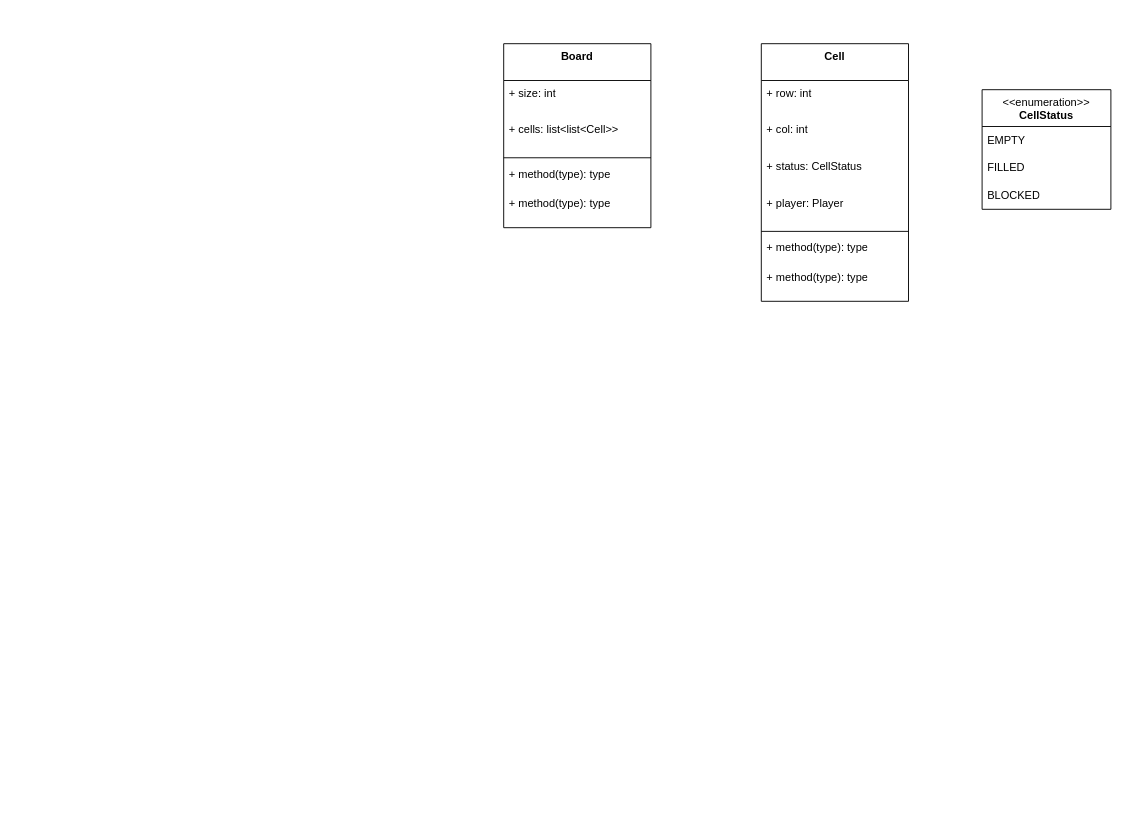
mr-shubhamsinghal/TicTacToe keeps this draw.io diagram as TicTacToe.drawio. Above is the earlier version. Source tidied: cells renumbered, new cells numbered last; positions are measured from the earlier drawing's top-left corner, leaving out a move shared by most shapes. Both pictures are drawn from the tidied source at 92%, with x=0, y=0 at pixel (503, 43).
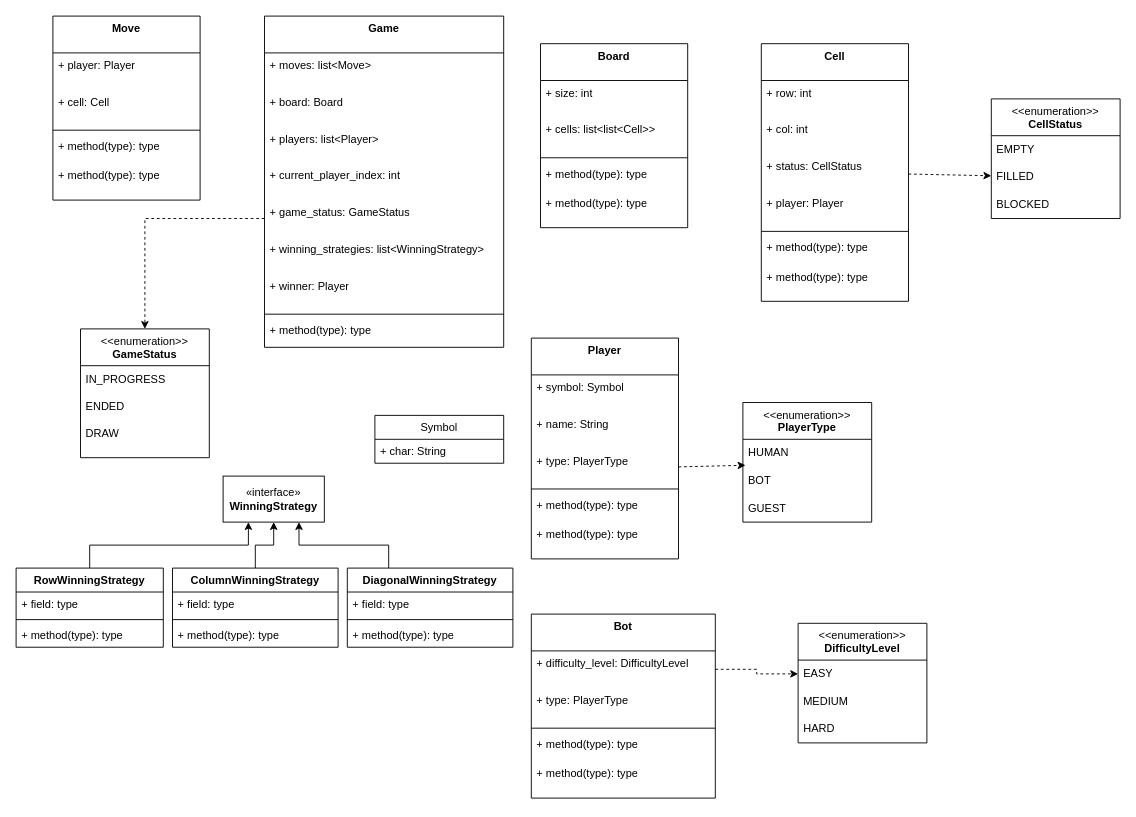
The same diagram, later.

Unchanged cells that the change refers to:
```xml
<mxCell id="11" value="+ status: CellStatus" style="text;strokeColor=none;fillColor=none;align=left;verticalAlign=top;spacingLeft=4;spacingRight=4;overflow=hidden;points=[[0,0.5],[1,0.5]];portConstraint=eastwest;whiteSpace=wrap;html=1;" parent="8" vertex="1">
  <mxGeometry y="120" width="160" height="40" as="geometry" />
</mxCell>
<mxCell id="18" value="FILLED" style="text;html=1;strokeColor=none;fillColor=none;align=left;verticalAlign=middle;spacingLeft=4;spacingRight=4;overflow=hidden;points=[[0,0.5],[1,0.5]];portConstraint=eastwest;whiteSpace=wrap;" parent="16" vertex="1">
  <mxGeometry y="70" width="140" height="30" as="geometry" />
</mxCell>
```

Diff of the diagram source:
```diff
@@
     <mxCell id="2" value="Board" style="swimlane;fontStyle=1;align=center;verticalAlign=top;horizontal=1;startSize=40;whiteSpace=wrap;html=1;" parent="1" vertex="1">
-      <mxGeometry width="160" height="200" as="geometry" />
+      <mxGeometry x="40" width="160" height="200" as="geometry" />
     </mxCell>
@@
     <mxCell id="16" value="&amp;lt;&amp;lt;enumeration&amp;gt;&amp;gt;&lt;br&gt;&lt;b&gt;CellStatus&lt;/b&gt;" style="swimlane;fontStyle=0;align=center;verticalAlign=top;horizontal=1;startSize=40;html=1;whiteSpace=wrap;" parent="1" vertex="1">
-      <mxGeometry x="520" y="50" width="140" height="130" as="geometry" />
+      <mxGeometry x="530" y="60" width="140" height="130" as="geometry" />
     </mxCell>
@@
+    <mxCell id="20" style="edgeStyle=none;jettySize=auto;html=1;rounded=0;dashed=1;" parent="1" edge="1" source="11" target="18">
+      <mxGeometry relative="1" as="geometry" />
+    </mxCell>
+    <mxCell id="21" value="Player" style="swimlane;fontStyle=1;align=center;verticalAlign=top;horizontal=1;startSize=40;whiteSpace=wrap;html=1;" parent="1" vertex="1">
+      <mxGeometry x="30" y="320" width="160" height="240" as="geometry" />
+    </mxCell>
+    <mxCell id="22" value="+ symbol: Symbol" style="text;strokeColor=none;fillColor=none;align=left;verticalAlign=top;spacingLeft=4;spacingRight=4;overflow=hidden;whiteSpace=wrap;html=1;" parent="21" vertex="1">
+      <mxGeometry y="40" width="160" height="40" as="geometry" />
+    </mxCell>
+    <mxCell id="23" value="+ name: String" style="text;strokeColor=none;fillColor=none;align=left;verticalAlign=top;spacingLeft=4;spacingRight=4;overflow=hidden;whiteSpace=wrap;html=1;" parent="21" vertex="1">
+      <mxGeometry y="80" width="160" height="40" as="geometry" />
+    </mxCell>
+    <mxCell id="24" value="+ type: PlayerType" style="text;strokeColor=none;fillColor=none;align=left;verticalAlign=top;spacingLeft=4;spacingRight=4;overflow=hidden;points=[[0,0.5],[1,0.5]];portConstraint=eastwest;whiteSpace=wrap;html=1;" parent="21" vertex="1">
+      <mxGeometry y="120" width="160" height="40" as="geometry" />
+    </mxCell>
+    <mxCell id="25" style="line;strokeWidth=1;fillColor=none;align=left;verticalAlign=middle;spacingTop=-1;spacingLeft=3;spacingRight=3;labelPosition=right;strokeColor=inherit;" parent="21" vertex="1">
+      <mxGeometry y="160" width="160" height="8" as="geometry" />
+    </mxCell>
+    <mxCell id="26" value="+ method(type): type" style="text;strokeColor=none;fillColor=none;align=left;verticalAlign=top;spacingLeft=4;spacingRight=4;overflow=hidden;whiteSpace=wrap;html=1;" parent="21" vertex="1">
+      <mxGeometry y="168" width="160" height="32" as="geometry" />
+    </mxCell>
+    <mxCell id="27" value="+ method(type): type" style="text;strokeColor=none;fillColor=none;align=left;verticalAlign=top;spacingLeft=4;spacingRight=4;overflow=hidden;whiteSpace=wrap;html=1;" parent="21" vertex="1">
+      <mxGeometry y="200" width="160" height="40" as="geometry" />
+    </mxCell>
+    <mxCell id="28" value="&amp;lt;&amp;lt;enumeration&amp;gt;&amp;gt;&lt;br&gt;&lt;b&gt;PlayerType&lt;/b&gt;" style="swimlane;fontStyle=0;align=center;verticalAlign=top;horizontal=1;startSize=40;html=1;whiteSpace=wrap;" parent="1" vertex="1">
+      <mxGeometry x="260" y="390" width="140" height="130" as="geometry" />
+    </mxCell>
+    <mxCell id="29" value="HUMAN" style="text;html=1;strokeColor=none;fillColor=none;align=left;verticalAlign=middle;spacingLeft=4;spacingRight=4;overflow=hidden;whiteSpace=wrap;" parent="28" vertex="1">
+      <mxGeometry y="40" width="140" height="30" as="geometry" />
+    </mxCell>
+    <mxCell id="30" value="BOT" style="text;html=1;strokeColor=none;fillColor=none;align=left;verticalAlign=middle;spacingLeft=4;spacingRight=4;overflow=hidden;points=[[0,0.5],[1,0.5]];portConstraint=eastwest;whiteSpace=wrap;" parent="28" vertex="1">
+      <mxGeometry y="70" width="140" height="30" as="geometry" />
+    </mxCell>
+    <mxCell id="31" value="GUEST" style="text;html=1;strokeColor=none;fillColor=none;align=left;verticalAlign=middle;spacingLeft=4;spacingRight=4;overflow=hidden;whiteSpace=wrap;" parent="28" vertex="1">
+      <mxGeometry y="100" width="140" height="30" as="geometry" />
+    </mxCell>
+    <mxCell id="32" style="edgeStyle=none;jettySize=auto;html=1;rounded=0;dashed=1;exitX=1;exitY=0.5;exitDx=0;exitDy=0;entryX=0.02;entryY=-0.06;entryDx=0;entryDy=0;entryPerimeter=0;" parent="1" edge="1" source="24" target="30">
+      <mxGeometry relative="1" as="geometry" />
+    </mxCell>
+    <mxCell id="33" value="Bot" style="swimlane;fontStyle=1;align=center;verticalAlign=top;horizontal=1;startSize=40;whiteSpace=wrap;html=1;" parent="1" vertex="1">
+      <mxGeometry x="30" y="620" width="200" height="200" as="geometry" />
+    </mxCell>
+    <mxCell id="34" value="+ difficulty_level: DifficultyLevel" style="text;strokeColor=none;fillColor=none;align=left;verticalAlign=top;spacingLeft=4;spacingRight=4;overflow=hidden;points=[[0,0.5],[1,0.5]];portConstraint=eastwest;whiteSpace=wrap;html=1;" parent="33" vertex="1">
+      <mxGeometry y="40" width="200" height="40" as="geometry" />
+    </mxCell>
+    <mxCell id="35" value="+ type: PlayerType" style="text;strokeColor=none;fillColor=none;align=left;verticalAlign=top;spacingLeft=4;spacingRight=4;overflow=hidden;whiteSpace=wrap;html=1;" parent="33" vertex="1">
+      <mxGeometry y="80" width="200" height="40" as="geometry" />
+    </mxCell>
+    <mxCell id="36" style="line;strokeWidth=1;fillColor=none;align=left;verticalAlign=middle;spacingTop=-1;spacingLeft=3;spacingRight=3;labelPosition=right;strokeColor=inherit;" parent="33" vertex="1">
+      <mxGeometry y="120" width="200" height="8" as="geometry" />
+    </mxCell>
+    <mxCell id="37" value="+ method(type): type" style="text;strokeColor=none;fillColor=none;align=left;verticalAlign=top;spacingLeft=4;spacingRight=4;overflow=hidden;whiteSpace=wrap;html=1;" parent="33" vertex="1">
+      <mxGeometry y="128" width="200" height="32" as="geometry" />
+    </mxCell>
+    <mxCell id="38" value="+ method(type): type" style="text;strokeColor=none;fillColor=none;align=left;verticalAlign=top;spacingLeft=4;spacingRight=4;overflow=hidden;whiteSpace=wrap;html=1;" parent="33" vertex="1">
+      <mxGeometry y="160" width="200" height="40" as="geometry" />
+    </mxCell>
+    <mxCell id="39" value="&amp;lt;&amp;lt;enumeration&amp;gt;&amp;gt;&lt;br&gt;&lt;b&gt;DifficultyLevel&lt;/b&gt;" style="swimlane;fontStyle=0;align=center;verticalAlign=top;horizontal=1;startSize=40;html=1;whiteSpace=wrap;" parent="1" vertex="1">
+      <mxGeometry x="320" y="630" width="140" height="130" as="geometry" />
+    </mxCell>
+    <mxCell id="40" value="EASY" style="text;html=1;strokeColor=none;fillColor=none;align=left;verticalAlign=middle;spacingLeft=4;spacingRight=4;overflow=hidden;points=[[0,0.5],[1,0.5]];portConstraint=eastwest;whiteSpace=wrap;" parent="39" vertex="1">
+      <mxGeometry y="40" width="140" height="30" as="geometry" />
+    </mxCell>
+    <mxCell id="41" value="MEDIUM" style="text;html=1;strokeColor=none;fillColor=none;align=left;verticalAlign=middle;spacingLeft=4;spacingRight=4;overflow=hidden;whiteSpace=wrap;" parent="39" vertex="1">
+      <mxGeometry y="70" width="140" height="30" as="geometry" />
+    </mxCell>
+    <mxCell id="42" value="HARD" style="text;html=1;strokeColor=none;fillColor=none;align=left;verticalAlign=middle;spacingLeft=4;spacingRight=4;overflow=hidden;whiteSpace=wrap;" parent="39" vertex="1">
+      <mxGeometry y="100" width="140" height="30" as="geometry" />
+    </mxCell>
+    <mxCell id="43" style="edgeStyle=orthogonalEdgeStyle;rounded=0;jettySize=auto;html=1;exitX=1;exitY=0.5;exitDx=0;exitDy=0;entryX=0;entryY=0.5;entryDx=0;entryDy=0;dashed=1;" parent="1" edge="1" source="34" target="40">
+      <mxGeometry relative="1" as="geometry" />
+    </mxCell>
+    <mxCell id="44" value="Symbol" style="swimlane;fontStyle=0;horizontal=1;startSize=26;fillColor=none;whiteSpace=wrap;html=1;" parent="1" vertex="1">
+      <mxGeometry x="-140" y="404" width="140" height="52" as="geometry" />
+    </mxCell>
+    <mxCell id="45" value="+ char: String" style="text;strokeColor=none;fillColor=none;align=left;verticalAlign=top;spacingLeft=4;spacingRight=4;overflow=hidden;whiteSpace=wrap;html=1;" parent="44" vertex="1">
+      <mxGeometry y="26" width="140" height="26" as="geometry" />
+    </mxCell>
+    <mxCell id="46" value="Game" style="swimlane;fontStyle=1;align=center;verticalAlign=top;horizontal=1;startSize=40;whiteSpace=wrap;html=1;" parent="1" vertex="1">
+      <mxGeometry x="-260" y="-30" width="260" height="360" as="geometry" />
+    </mxCell>
+    <mxCell id="47" value="+ moves: list&amp;lt;Move&amp;gt;" style="text;strokeColor=none;fillColor=none;align=left;verticalAlign=top;spacingLeft=4;spacingRight=4;overflow=hidden;whiteSpace=wrap;html=1;" parent="46" vertex="1">
+      <mxGeometry y="40" width="260" height="40" as="geometry" />
+    </mxCell>
+    <mxCell id="48" value="+ board: Board" style="text;strokeColor=none;fillColor=none;align=left;verticalAlign=top;spacingLeft=4;spacingRight=4;overflow=hidden;whiteSpace=wrap;html=1;" parent="46" vertex="1">
+      <mxGeometry y="80" width="260" height="40" as="geometry" />
+    </mxCell>
+    <mxCell id="49" value="+ players: list&amp;lt;Player&amp;gt;" style="text;strokeColor=none;fillColor=none;align=left;verticalAlign=top;spacingLeft=4;spacingRight=4;overflow=hidden;whiteSpace=wrap;html=1;" parent="46" vertex="1">
+      <mxGeometry y="120" width="260" height="40" as="geometry" />
+    </mxCell>
+    <mxCell id="50" value="+ current_player_index: int" style="text;strokeColor=none;fillColor=none;align=left;verticalAlign=top;spacingLeft=4;spacingRight=4;overflow=hidden;whiteSpace=wrap;html=1;" parent="46" vertex="1">
+      <mxGeometry y="160" width="260" height="40" as="geometry" />
+    </mxCell>
+    <mxCell id="51" value="+ game_status: GameStatus" style="text;strokeColor=none;fillColor=none;align=left;verticalAlign=top;spacingLeft=4;spacingRight=4;overflow=hidden;points=[[0,0.5],[1,0.5]];portConstraint=eastwest;whiteSpace=wrap;html=1;" parent="46" vertex="1">
+      <mxGeometry y="200" width="260" height="40" as="geometry" />
+    </mxCell>
+    <mxCell id="52" value="+ winning_strategies: list&amp;lt;WinningStrategy&amp;gt;" style="text;strokeColor=none;fillColor=none;align=left;verticalAlign=top;spacingLeft=4;spacingRight=4;overflow=hidden;whiteSpace=wrap;html=1;" parent="46" vertex="1">
+      <mxGeometry y="240" width="260" height="40" as="geometry" />
+    </mxCell>
+    <mxCell id="53" value="+ winner: Player" style="text;strokeColor=none;fillColor=none;align=left;verticalAlign=top;spacingLeft=4;spacingRight=4;overflow=hidden;whiteSpace=wrap;html=1;" parent="46" vertex="1">
+      <mxGeometry y="280" width="260" height="40" as="geometry" />
+    </mxCell>
+    <mxCell id="54" style="line;strokeWidth=1;fillColor=none;align=left;verticalAlign=middle;spacingTop=-1;spacingLeft=3;spacingRight=3;labelPosition=right;strokeColor=inherit;" parent="46" vertex="1">
+      <mxGeometry y="320" width="260" height="8" as="geometry" />
+    </mxCell>
+    <mxCell id="55" value="+ method(type): type" style="text;strokeColor=none;fillColor=none;align=left;verticalAlign=top;spacingLeft=4;spacingRight=4;overflow=hidden;whiteSpace=wrap;html=1;" parent="46" vertex="1">
+      <mxGeometry y="328" width="260" height="32" as="geometry" />
+    </mxCell>
+    <mxCell id="56" value="Move" style="swimlane;fontStyle=1;align=center;verticalAlign=top;horizontal=1;startSize=40;whiteSpace=wrap;html=1;" parent="1" vertex="1">
+      <mxGeometry x="-490" y="-30" width="160" height="200" as="geometry" />
+    </mxCell>
+    <mxCell id="57" value="+ player: Player" style="text;strokeColor=none;fillColor=none;align=left;verticalAlign=top;spacingLeft=4;spacingRight=4;overflow=hidden;whiteSpace=wrap;html=1;" parent="56" vertex="1">
+      <mxGeometry y="40" width="160" height="40" as="geometry" />
+    </mxCell>
+    <mxCell id="58" value="+ cell: Cell" style="text;strokeColor=none;fillColor=none;align=left;verticalAlign=top;spacingLeft=4;spacingRight=4;overflow=hidden;whiteSpace=wrap;html=1;" parent="56" vertex="1">
+      <mxGeometry y="80" width="160" height="40" as="geometry" />
+    </mxCell>
+    <mxCell id="59" style="line;strokeWidth=1;fillColor=none;align=left;verticalAlign=middle;spacingTop=-1;spacingLeft=3;spacingRight=3;labelPosition=right;strokeColor=inherit;" parent="56" vertex="1">
+      <mxGeometry y="120" width="160" height="8" as="geometry" />
+    </mxCell>
+    <mxCell id="60" value="+ method(type): type" style="text;strokeColor=none;fillColor=none;align=left;verticalAlign=top;spacingLeft=4;spacingRight=4;overflow=hidden;whiteSpace=wrap;html=1;" parent="56" vertex="1">
+      <mxGeometry y="128" width="160" height="32" as="geometry" />
+    </mxCell>
+    <mxCell id="61" value="+ method(type): type" style="text;strokeColor=none;fillColor=none;align=left;verticalAlign=top;spacingLeft=4;spacingRight=4;overflow=hidden;whiteSpace=wrap;html=1;" parent="56" vertex="1">
+      <mxGeometry y="160" width="160" height="40" as="geometry" />
+    </mxCell>
+    <mxCell id="62" value="&amp;lt;&amp;lt;enumeration&amp;gt;&amp;gt;&lt;br&gt;&lt;b&gt;GameStatus&lt;/b&gt;" style="swimlane;fontStyle=0;align=center;verticalAlign=top;horizontal=1;startSize=40;html=1;whiteSpace=wrap;" parent="1" vertex="1">
+      <mxGeometry x="-460" y="310" width="140" height="140" as="geometry" />
+    </mxCell>
+    <mxCell id="63" value="IN_PROGRESS" style="text;html=1;strokeColor=none;fillColor=none;align=left;verticalAlign=middle;spacingLeft=4;spacingRight=4;overflow=hidden;whiteSpace=wrap;" parent="62" vertex="1">
+      <mxGeometry y="40" width="140" height="30" as="geometry" />
+    </mxCell>
+    <mxCell id="64" value="ENDED" style="text;html=1;strokeColor=none;fillColor=none;align=left;verticalAlign=middle;spacingLeft=4;spacingRight=4;overflow=hidden;whiteSpace=wrap;" parent="62" vertex="1">
+      <mxGeometry y="70" width="140" height="30" as="geometry" />
+    </mxCell>
+    <mxCell id="65" value="DRAW" style="text;strokeColor=none;fillColor=none;align=left;verticalAlign=top;spacingLeft=4;spacingRight=4;overflow=hidden;whiteSpace=wrap;html=1;" parent="62" vertex="1">
+      <mxGeometry y="100" width="140" height="40" as="geometry" />
+    </mxCell>
+    <mxCell id="66" value="«interface»&lt;br&gt;&lt;b&gt;WinningStrategy&lt;/b&gt;" style="html=1;whiteSpace=wrap;" parent="1" vertex="1">
+      <mxGeometry x="-305" y="470" width="110" height="50" as="geometry" />
+    </mxCell>
+    <mxCell id="67" style="edgeStyle=orthogonalEdgeStyle;rounded=0;jettySize=auto;html=1;exitX=0.5;exitY=0;exitDx=0;exitDy=0;entryX=0.25;entryY=1;entryDx=0;entryDy=0;" parent="1" edge="1" source="68" target="66">
+      <mxGeometry relative="1" as="geometry" />
+    </mxCell>
+    <mxCell id="68" value="RowWinningStrategy" style="swimlane;fontStyle=1;align=center;verticalAlign=top;horizontal=1;startSize=26;whiteSpace=wrap;html=1;" parent="1" vertex="1">
+      <mxGeometry x="-530" y="570" width="160" height="86" as="geometry" />
+    </mxCell>
+    <mxCell id="69" value="+ field: type" style="text;strokeColor=none;fillColor=none;align=left;verticalAlign=top;spacingLeft=4;spacingRight=4;overflow=hidden;whiteSpace=wrap;html=1;" parent="68" vertex="1">
+      <mxGeometry y="26" width="160" height="26" as="geometry" />
+    </mxCell>
+    <mxCell id="70" style="line;strokeWidth=1;fillColor=none;align=left;verticalAlign=middle;spacingTop=-1;spacingLeft=3;spacingRight=3;labelPosition=right;strokeColor=inherit;" parent="68" vertex="1">
+      <mxGeometry y="52" width="160" height="8" as="geometry" />
+    </mxCell>
+    <mxCell id="71" value="+ method(type): type" style="text;strokeColor=none;fillColor=none;align=left;verticalAlign=top;spacingLeft=4;spacingRight=4;overflow=hidden;whiteSpace=wrap;html=1;" parent="68" vertex="1">
+      <mxGeometry y="60" width="160" height="26" as="geometry" />
+    </mxCell>
+    <mxCell id="72" style="edgeStyle=orthogonalEdgeStyle;rounded=0;jettySize=auto;html=1;exitX=0.5;exitY=0;exitDx=0;exitDy=0;entryX=0.5;entryY=1;entryDx=0;entryDy=0;" parent="1" edge="1" source="73" target="66">
+      <mxGeometry relative="1" as="geometry" />
+    </mxCell>
+    <mxCell id="73" value="ColumnWinningStrategy" style="swimlane;fontStyle=1;align=center;verticalAlign=top;horizontal=1;startSize=26;whiteSpace=wrap;html=1;" parent="1" vertex="1">
+      <mxGeometry x="-360" y="570" width="180" height="86" as="geometry" />
+    </mxCell>
+    <mxCell id="74" value="+ field: type" style="text;strokeColor=none;fillColor=none;align=left;verticalAlign=top;spacingLeft=4;spacingRight=4;overflow=hidden;whiteSpace=wrap;html=1;" parent="73" vertex="1">
+      <mxGeometry y="26" width="180" height="26" as="geometry" />
+    </mxCell>
+    <mxCell id="75" style="line;strokeWidth=1;fillColor=none;align=left;verticalAlign=middle;spacingTop=-1;spacingLeft=3;spacingRight=3;labelPosition=right;strokeColor=inherit;" parent="73" vertex="1">
+      <mxGeometry y="52" width="180" height="8" as="geometry" />
+    </mxCell>
+    <mxCell id="76" value="+ method(type): type" style="text;strokeColor=none;fillColor=none;align=left;verticalAlign=top;spacingLeft=4;spacingRight=4;overflow=hidden;whiteSpace=wrap;html=1;" parent="73" vertex="1">
+      <mxGeometry y="60" width="180" height="26" as="geometry" />
+    </mxCell>
+    <mxCell id="77" style="edgeStyle=orthogonalEdgeStyle;rounded=0;jettySize=auto;html=1;exitX=0.25;exitY=0;exitDx=0;exitDy=0;entryX=0.75;entryY=1;entryDx=0;entryDy=0;" parent="1" edge="1" source="78" target="66">
+      <mxGeometry relative="1" as="geometry" />
+    </mxCell>
+    <mxCell id="78" value="DiagonalWinningStrategy" style="swimlane;fontStyle=1;align=center;verticalAlign=top;horizontal=1;startSize=26;whiteSpace=wrap;html=1;" parent="1" vertex="1">
+      <mxGeometry x="-170" y="570" width="180" height="86" as="geometry" />
+    </mxCell>
+    <mxCell id="79" value="+ field: type" style="text;strokeColor=none;fillColor=none;align=left;verticalAlign=top;spacingLeft=4;spacingRight=4;overflow=hidden;whiteSpace=wrap;html=1;" parent="78" vertex="1">
+      <mxGeometry y="26" width="180" height="26" as="geometry" />
+    </mxCell>
+    <mxCell id="80" style="line;strokeWidth=1;fillColor=none;align=left;verticalAlign=middle;spacingTop=-1;spacingLeft=3;spacingRight=3;labelPosition=right;strokeColor=inherit;" parent="78" vertex="1">
+      <mxGeometry y="52" width="180" height="8" as="geometry" />
+    </mxCell>
+    <mxCell id="81" value="+ method(type): type" style="text;strokeColor=none;fillColor=none;align=left;verticalAlign=top;spacingLeft=4;spacingRight=4;overflow=hidden;whiteSpace=wrap;html=1;" parent="78" vertex="1">
+      <mxGeometry y="60" width="180" height="26" as="geometry" />
+    </mxCell>
+    <mxCell id="82" style="edgeStyle=orthogonalEdgeStyle;rounded=0;jettySize=auto;html=1;exitX=0;exitY=0.5;exitDx=0;exitDy=0;entryX=0.5;entryY=0;entryDx=0;entryDy=0;dashed=1;" parent="1" edge="1" source="51" target="62">
+      <mxGeometry relative="1" as="geometry" />
+    </mxCell>
```
